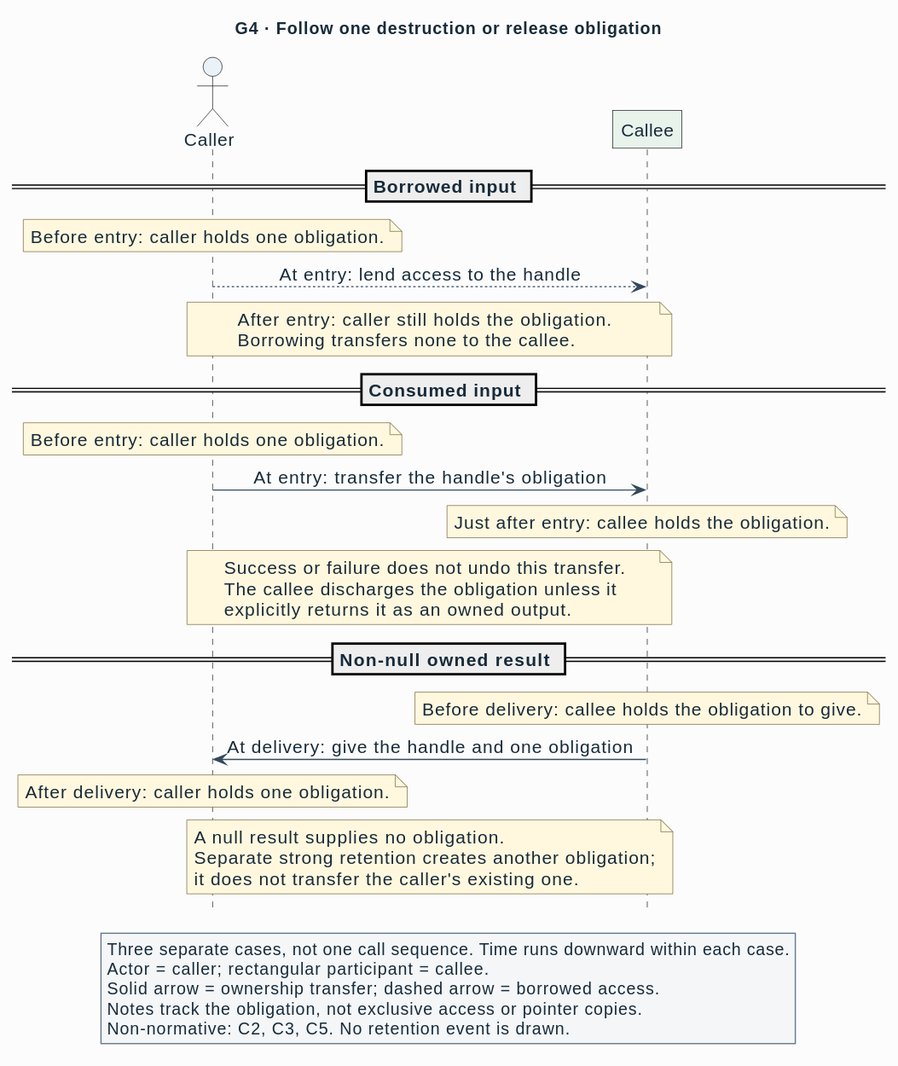
The PlantUML diagram semantic/specification/interface-language/figures/g4-ownership.svg in Linkuistics/APIAnyware, before a commit. Its source is kept beside it as semantic/specification/interface-language/figures/g4-ownership.puml. The source it was exported from:
```plantuml
@startuml
!include style/ail.puml
title G4 · Follow one destruction or release obligation
hide footbox
$caller(caller, "Caller")
$callee(callee, "Callee")
== Borrowed input ==
note over caller : Before entry: caller holds one obligation.
caller --> callee : At entry: lend access to the handle
note over caller, callee
  After entry: caller still holds the obligation.
  Borrowing transfers none to the callee.
end note
== Consumed input ==
note over caller : Before entry: caller holds one obligation.
caller -> callee : At entry: transfer the handle's obligation
note over callee : Just after entry: callee holds the obligation.
note over caller, callee
  Success or failure does not undo this transfer.
  The callee discharges the obligation unless it
  explicitly returns it as an owned output.
end note
== Non-null owned result ==
note over callee : Before delivery: callee holds the obligation to give.
callee -> caller : At delivery: give the handle and one obligation
note over caller : After delivery: caller holds one obligation.
note over caller, callee
  A null result supplies no obligation.
  Separate strong retention creates another obligation;
  it does not transfer the caller's existing one.
end note
legend bottom
  Three separate cases, not one call sequence. Time runs downward within each case.
  Actor = caller; rectangular participant = callee.
  Solid arrow = ownership transfer; dashed arrow = borrowed access.
  Notes track the obligation, not exclusive access or pointer copies.
  Non-normative: C2, C3, C5. No retention event is drawn.
endlegend
@enduml
```
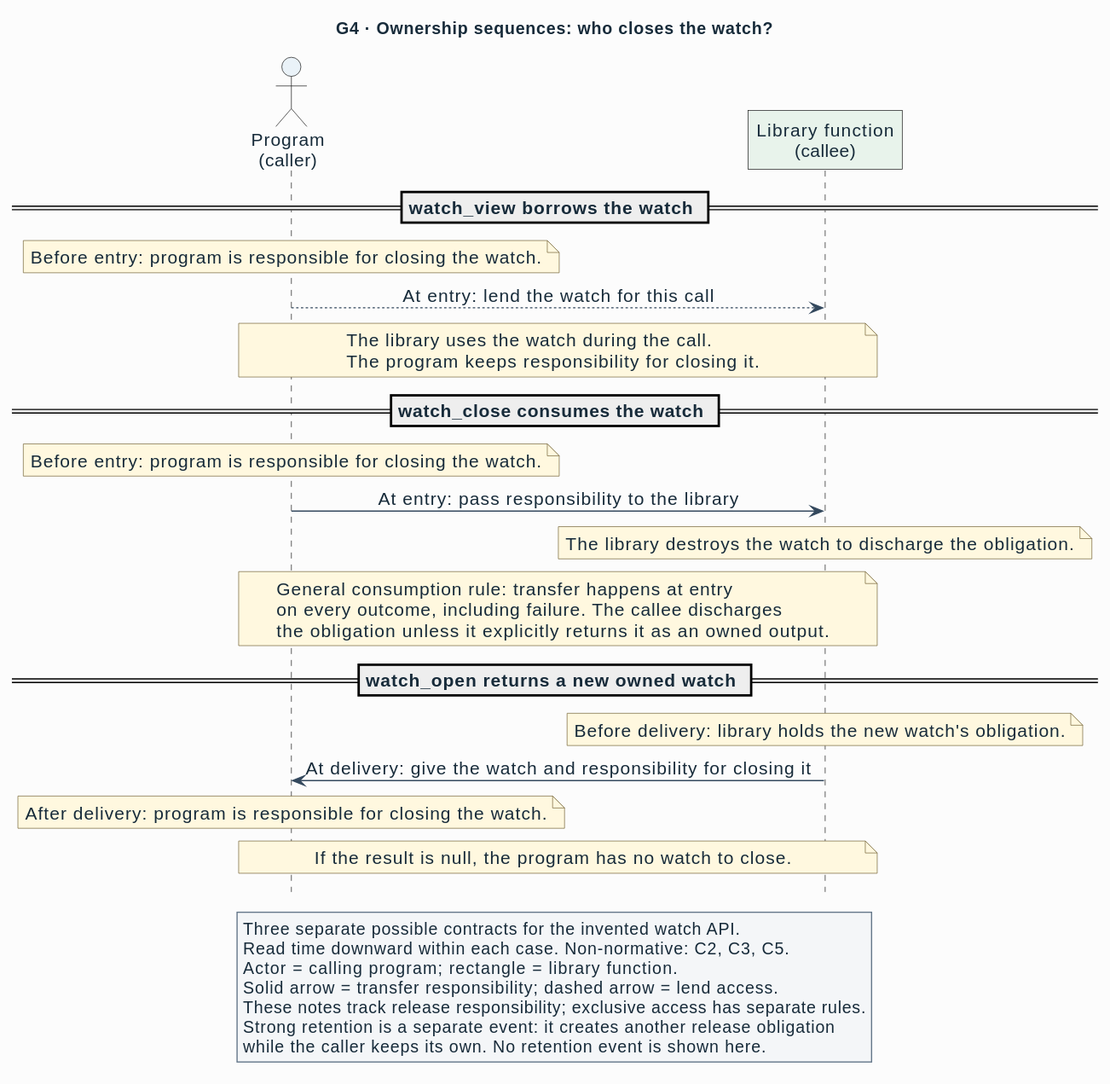
The same diagram one commit later.

The edit, as a diff of the source:
```diff
@@ -1,39 +1,39 @@
 @startuml
 !include style/ail.puml
-title G4 · Follow one destruction or release obligation
+title G4 · Ownership sequences: who closes the watch?
 hide footbox
-$caller(caller, "Caller")
-$callee(callee, "Callee")
-== Borrowed input ==
-note over caller : Before entry: caller holds one obligation.
-caller --> callee : At entry: lend access to the handle
+$caller(caller, "Program\n(caller)")
+$callee(callee, "Library function\n(callee)")
+== watch_view borrows the watch ==
+note over caller : Before entry: program is responsible for closing the watch.
+caller --> callee : At entry: lend the watch for this call
 note over caller, callee
-  After entry: caller still holds the obligation.
-  Borrowing transfers none to the callee.
+  The library uses the watch during the call.
+  The program keeps responsibility for closing it.
 end note
-== Consumed input ==
-note over caller : Before entry: caller holds one obligation.
-caller -> callee : At entry: transfer the handle's obligation
-note over callee : Just after entry: callee holds the obligation.
+== watch_close consumes the watch ==
+note over caller : Before entry: program is responsible for closing the watch.
+caller -> callee : At entry: pass responsibility to the library
+note over callee : The library destroys the watch to discharge the obligation.
 note over caller, callee
-  Success or failure does not undo this transfer.
-  The callee discharges the obligation unless it
-  explicitly returns it as an owned output.
+  General consumption rule: transfer happens at entry
+  on every outcome, including failure. The callee discharges
+  the obligation unless it explicitly returns it as an owned output.
 end note
-== Non-null owned result ==
-note over callee : Before delivery: callee holds the obligation to give.
-callee -> caller : At delivery: give the handle and one obligation
-note over caller : After delivery: caller holds one obligation.
+== watch_open returns a new owned watch ==
+note over callee : Before delivery: library holds the new watch's obligation.
+callee -> caller : At delivery: give the watch and responsibility for closing it
+note over caller : After delivery: program is responsible for closing the watch.
 note over caller, callee
-  A null result supplies no obligation.
-  Separate strong retention creates another obligation;
-  it does not transfer the caller's existing one.
+  If the result is null, the program has no watch to close.
 end note
 legend bottom
-  Three separate cases, not one call sequence. Time runs downward within each case.
-  Actor = caller; rectangular participant = callee.
-  Solid arrow = ownership transfer; dashed arrow = borrowed access.
-  Notes track the obligation, not exclusive access or pointer copies.
-  Non-normative: C2, C3, C5. No retention event is drawn.
+  Three separate possible contracts for the invented watch API.
+  Read time downward within each case. Non-normative: C2, C3, C5.
+  Actor = calling program; rectangle = library function.
+  Solid arrow = transfer responsibility; dashed arrow = lend access.
+  These notes track release responsibility; exclusive access has separate rules.
+  Strong retention is a separate event: it creates another release obligation
+  while the caller keeps its own. No retention event is shown here.
 endlegend
 @enduml
```
